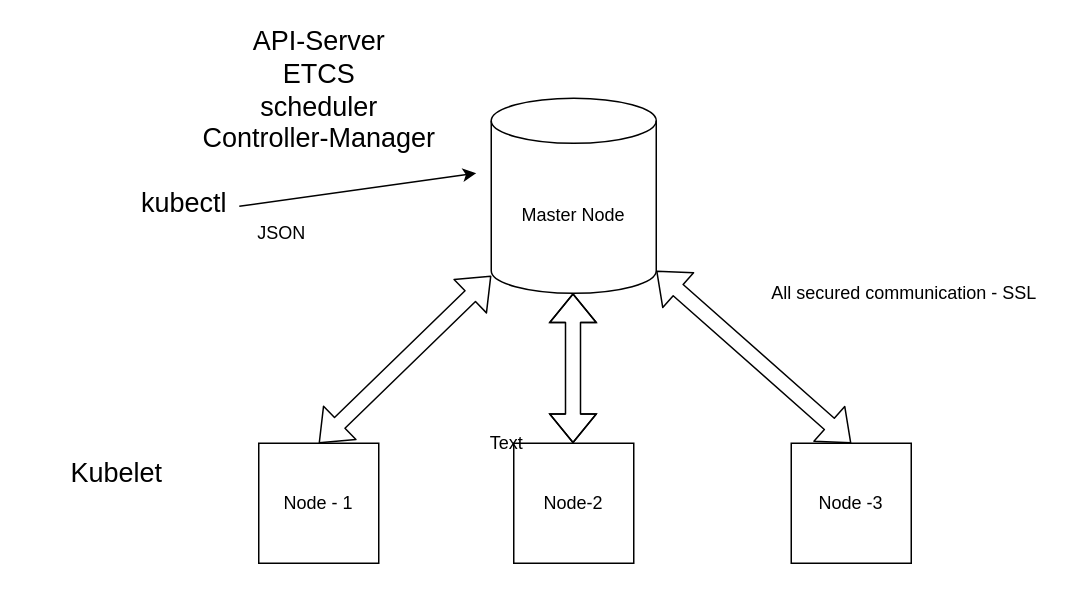
Before: k8s-1.drawio in 7pearls/Test, a draw.io diagram. Source tidied: cells renumbered, new cells numbered last; positions are measured from the earlier drawing's top-left corner, leaving out a move shared by most shapes. Both pictures are drawn from the tidied source at 150%, with x=0, y=0 at pixel (56, 38).
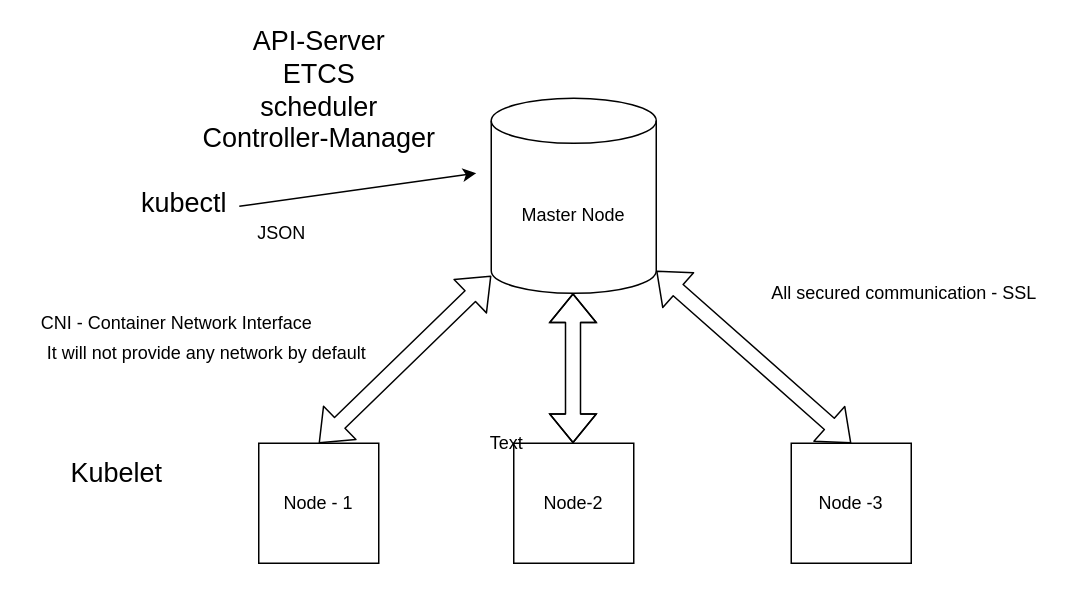
Above is the later version.

What changed in the source:
```diff
@@
+    <mxCell id="16" value="CNI - Container Network Interface" style="text;html=1;align=center;verticalAlign=middle;" parent="1" vertex="1">
+      <mxGeometry x="-20" y="180" width="200" height="20" as="geometry" />
+    </mxCell>
+    <mxCell id="17" value="It will not provide any network by default" style="text;html=1;align=center;verticalAlign=middle;" parent="1" vertex="1">
+      <mxGeometry x="-15" y="200" width="230" height="20" as="geometry" />
+    </mxCell>
```
